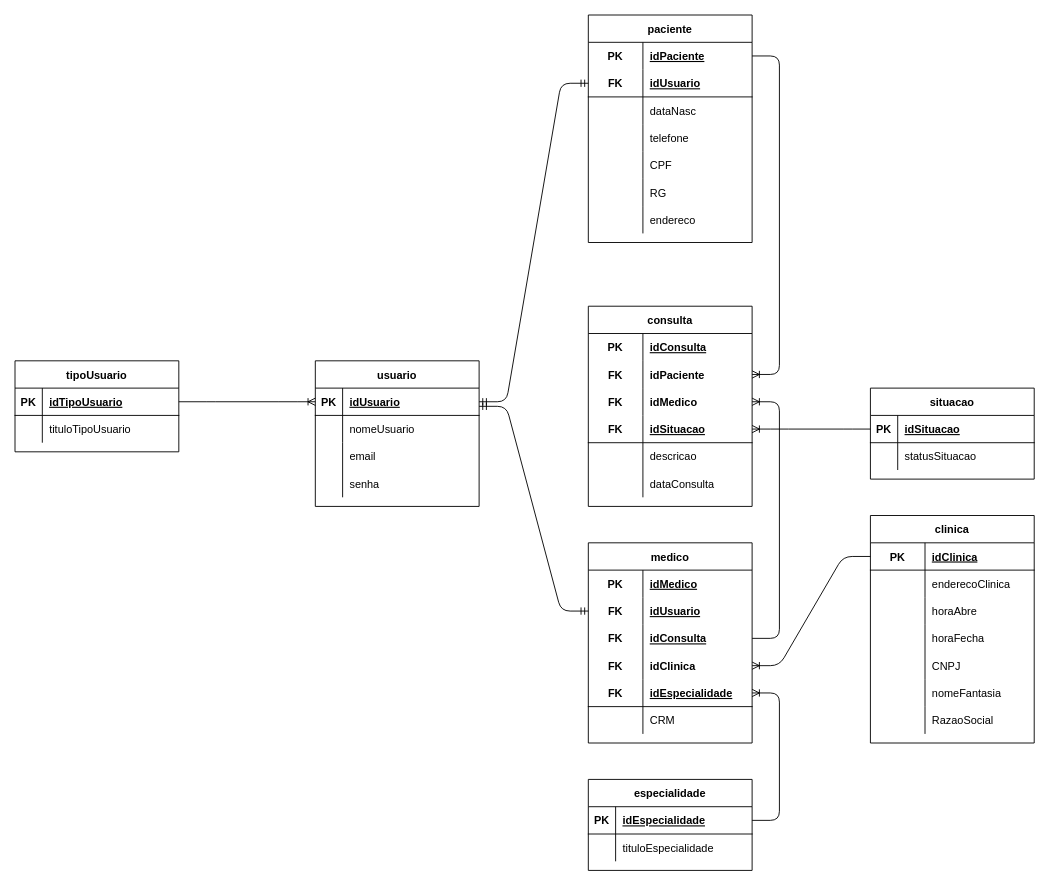
The draw.io diagram page "logico" (2 of 2) of MODELAGENS/SpMedGroup-modelagem.drawio in tavinlima/SPMedicalGroup-SENAI, before the edit. Source tidied: cells renumbered, new cells numbered last; positions are measured from the earlier drawing's top-left corner, leaving out a move shared by most shapes. Both pictures are drawn from the tidied source at 91%, with x=0, y=0 at pixel (15, 15).
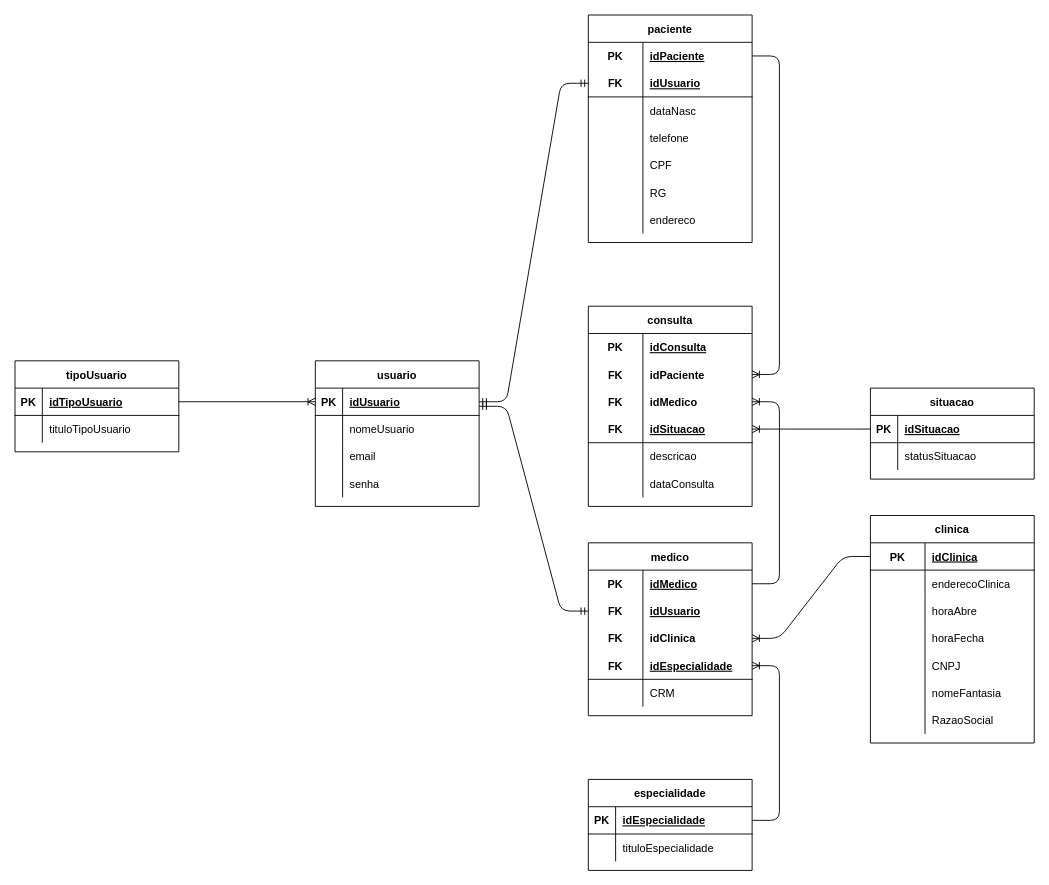
Above is the later version.

Unchanged cells that the change refers to:
```xml
<mxCell id="17" style="shape=partialRectangle;fillColor=none;top=0;left=0;bottom=0;right=0;points=[[0,0.5],[1,0.5]];portConstraint=eastwest;" parent="16" vertex="1">
  <mxGeometry y="30" width="180" height="30" as="geometry" />
</mxCell>
<mxCell id="64" style="shape=partialRectangle;fillColor=none;top=0;left=0;bottom=0;right=0;points=[[0,0.5],[1,0.5]];portConstraint=eastwest;" parent="57" vertex="1">
  <mxGeometry y="90" width="180" height="30" as="geometry" />
</mxCell>
```

What changed in the source:
```diff
@@
     <mxCell id="16" value="medico" style="shape=table;startSize=30;childLayout=tableLayout;rowLines=0;fontStyle=1;align=center;" parent="1" vertex="1">
-      <mxGeometry x="630" y="580" width="180" height="220" as="geometry" />
+      <mxGeometry x="630" y="580" width="180" height="190" as="geometry" />
     </mxCell>
@@
-    <mxCell id="23" style="shape=partialRectangle;fillColor=none;top=0;left=0;bottom=0;right=0;points=[[0,0.5],[1,0.5]];portConstraint=eastwest;" parent="16" vertex="1">
-      <mxGeometry y="90" width="180" height="30" as="geometry" />
-    </mxCell>
-    <mxCell id="24" value="FK" style="shape=partialRectangle;fillColor=none;top=0;left=0;bottom=0;right=0;fontStyle=1;overflow=hidden;" parent="23" vertex="1">
-      <mxGeometry width="60" height="30" as="geometry" />
-    </mxCell>
-    <mxCell id="25" value="idConsulta" style="shape=partialRectangle;fillColor=none;top=0;left=0;bottom=0;right=0;align=left;spacingLeft=6;fontStyle=5;overflow=hidden;" parent="23" vertex="1">
-      <mxGeometry x="60" width="120" height="30" as="geometry" />
-    </mxCell>
     <mxCell id="26" style="shape=partialRectangle;fillColor=none;top=0;left=0;bottom=0;right=0;points=[[0,0.5],[1,0.5]];portConstraint=eastwest;" parent="16" vertex="1">
-      <mxGeometry y="120" width="180" height="30" as="geometry" />
+      <mxGeometry y="90" width="180" height="30" as="geometry" />
     </mxCell>
@@
     <mxCell id="29" style="shape=partialRectangle;fillColor=none;top=0;left=0;bottom=1;right=0;points=[[0,0.5],[1,0.5]];portConstraint=eastwest;" parent="16" vertex="1">
-      <mxGeometry y="150" width="180" height="30" as="geometry" />
+      <mxGeometry y="120" width="180" height="30" as="geometry" />
     </mxCell>
@@
     <mxCell id="32" style="shape=partialRectangle;fillColor=none;top=0;left=0;bottom=0;right=0;" parent="16" vertex="1">
-      <mxGeometry y="180" width="180" height="30" as="geometry" />
+      <mxGeometry y="150" width="180" height="30" as="geometry" />
     </mxCell>
@@
-    <mxCell id="117" style="edgeStyle=entityRelationEdgeStyle;fontSize=12;html=1;endArrow=ERoneToMany;entryX=1;entryY=0.5;entryDx=0;entryDy=0;exitX=1;exitY=0.5;exitDx=0;exitDy=0;" parent="1" edge="1" source="23" target="64">
+    <mxCell id="117" style="edgeStyle=entityRelationEdgeStyle;fontSize=12;html=1;endArrow=ERoneToMany;entryX=1;entryY=0.5;entryDx=0;entryDy=0;exitX=1;exitY=0.5;exitDx=0;exitDy=0;" parent="1" edge="1" source="17" target="64">
       <mxGeometry relative="1" as="geometry" />
     </mxCell>
```
